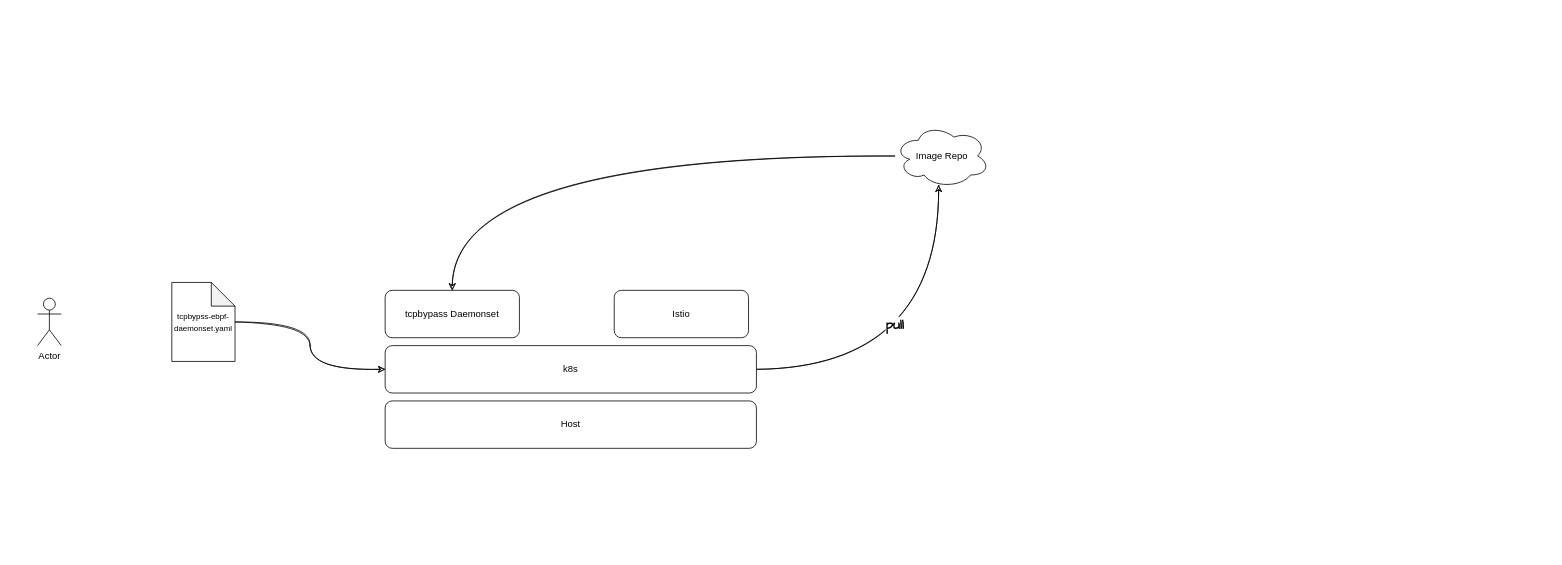
This is workflow_of_tcpbypass_daemonset.drawio from xu1zhou/Documents, a draw.io file, before an edit. Source tidied: cells renumbered, new cells numbered last; positions are measured from the earlier drawing's top-left corner, leaving out a move shared by most shapes. Both pictures are drawn from the tidied source at 79%, with x=0, y=0 at pixel (37, 124).
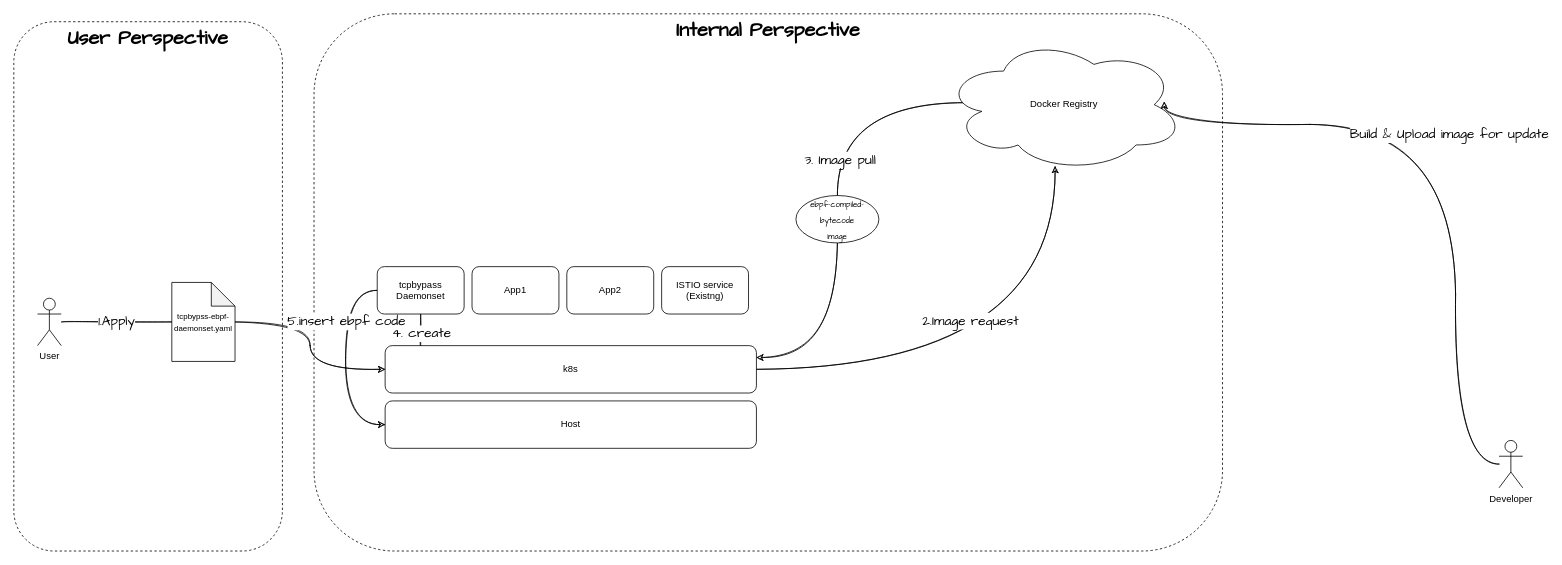
Above is the later version.

The change refers to these unchanged cells:
```xml
<mxCell id="4" value="&lt;font style=&quot;font-size: 10px&quot;&gt;tcpbypss-ebpf-daemonset.yaml&lt;/font&gt;" style="shape=note;whiteSpace=wrap;html=1;backgroundOutline=1;darkOpacity=0.05;" parent="1" vertex="1">
  <mxGeometry x="170" y="200" width="80" height="100" as="geometry" />
</mxCell>
<mxCell id="5" style="edgeStyle=orthogonalEdgeStyle;rounded=0;jettySize=auto;html=1;entryX=0.464;entryY=0.958;entryDx=0;entryDy=0;entryPerimeter=0;curved=1;sketch=1;" parent="1" edge="1" source="7" target="12">
  <mxGeometry relative="1" as="geometry" />
</mxCell>
<mxCell id="7" value="k8s" style="rounded=1;whiteSpace=wrap;html=1;" parent="1" vertex="1">
  <mxGeometry x="440" y="280" width="470" height="60" as="geometry" />
</mxCell>
<mxCell id="9" value="Host" style="rounded=1;whiteSpace=wrap;html=1;" parent="1" vertex="1">
  <mxGeometry x="440" y="350" width="470" height="60" as="geometry" />
</mxCell>
```

Change to the diagram source:
```diff
@@
+    <mxCell id="13" value="&lt;b&gt;&lt;font style=&quot;font-size: 25px&quot;&gt;Internal Perspective&lt;/font&gt;&lt;/b&gt;" style="rounded=1;whiteSpace=wrap;html=1;fontFamily=Comic Sans MS;fontSize=17;align=center;glass=0;shadow=0;sketch=0;dashed=1;verticalAlign=top;" parent="1" vertex="1">
+      <mxGeometry x="350" y="-140" width="1150" height="680" as="geometry" />
+    </mxCell>
+    <mxCell id="14" value="&lt;b&gt;&lt;font style=&quot;font-size: 25px&quot;&gt;User Perspective&lt;/font&gt;&lt;/b&gt;" style="rounded=1;whiteSpace=wrap;html=1;fontFamily=Comic Sans MS;fontSize=17;align=center;glass=0;shadow=0;sketch=0;dashed=1;verticalAlign=top;" parent="1" vertex="1">
+      <mxGeometry x="-30" y="-130" width="340" height="670" as="geometry" />
+    </mxCell>
+    <mxCell id="15" value="1.Apply" style="edgeStyle=orthogonalEdgeStyle;curved=1;rounded=0;sketch=1;jettySize=auto;html=1;entryX=0;entryY=0.5;entryDx=0;entryDy=0;entryPerimeter=0;fontFamily=Comic Sans MS;fontSize=17;endArrow=none;endFill=0;" parent="1" edge="1" source="2" target="4">
+      <mxGeometry relative="1" as="geometry" />
+    </mxCell>
-    <mxCell id="2" value="Actor" style="shape=umlActor;verticalLabelPosition=bottom;verticalAlign=top;html=1;outlineConnect=0;" parent="1" vertex="1">
+    <mxCell id="2" value="User" style="shape=umlActor;verticalLabelPosition=bottom;verticalAlign=top;html=1;outlineConnect=0;" parent="1" vertex="1">
       <mxGeometry y="220" width="30" height="60" as="geometry" />
     </mxCell>
@@
-    <mxCell id="6" value="pull" style="edgeLabel;html=1;align=center;verticalAlign=middle;fontSize=17;fontStyle=1;fontFamily=Comic Sans MS;" parent="5" vertex="1">
-      <mxGeometry x="-0.25" y="57" relative="1" as="geometry" />
-    </mxCell>
+    <mxCell id="16" value="2.Image request" style="edgeLabel;html=1;align=center;verticalAlign=middle;fontSize=17;fontFamily=Comic Sans MS;" parent="5" vertex="1">
+      <mxGeometry x="0.24" y="55" relative="1" as="geometry">
+        <mxPoint x="-53" y="-46" as="offset" />
+      </mxGeometry>
+    </mxCell>
+    <mxCell id="17" value="4. create" style="edgeStyle=orthogonalEdgeStyle;curved=1;rounded=0;sketch=1;jettySize=auto;html=1;fontFamily=Comic Sans MS;fontSize=17;endArrow=none;endFill=0;" parent="1" edge="1" target="10">
+      <mxGeometry relative="1" as="geometry">
+        <mxPoint x="485" y="290" as="sourcePoint" />
+      </mxGeometry>
+    </mxCell>
@@
-    <mxCell id="8" value="Istio" style="rounded=1;whiteSpace=wrap;html=1;" parent="1" vertex="1">
-      <mxGeometry x="730" y="210" width="170" height="60" as="geometry" />
-    </mxCell>
@@
+    <mxCell id="18" style="edgeStyle=orthogonalEdgeStyle;curved=1;rounded=0;sketch=1;jettySize=auto;html=1;entryX=0;entryY=0.5;entryDx=0;entryDy=0;fontFamily=Comic Sans MS;fontSize=17;endArrow=classic;endFill=1;exitX=0;exitY=0.5;exitDx=0;exitDy=0;" parent="1" edge="1" source="10" target="9">
+      <mxGeometry relative="1" as="geometry">
+        <Array as="points">
+          <mxPoint x="390" y="210" />
+          <mxPoint x="390" y="380" />
+        </Array>
+      </mxGeometry>
+    </mxCell>
+    <mxCell id="19" value="5.insert ebpf code" style="edgeLabel;html=1;align=center;verticalAlign=middle;fontSize=17;fontFamily=Comic Sans MS;" parent="18" vertex="1">
+      <mxGeometry x="-0.29" y="-2" relative="1" as="geometry">
+        <mxPoint x="2" y="-13" as="offset" />
+      </mxGeometry>
+    </mxCell>
     <mxCell id="10" value="tcpbypass Daemonset" style="rounded=1;whiteSpace=wrap;html=1;" parent="1" vertex="1">
-      <mxGeometry x="440" y="210" width="170" height="60" as="geometry" />
+      <mxGeometry x="430" y="180" width="110" height="60" as="geometry" />
     </mxCell>
-    <mxCell id="11" style="edgeStyle=orthogonalEdgeStyle;curved=1;rounded=0;sketch=1;jettySize=auto;html=1;entryX=0.5;entryY=0;entryDx=0;entryDy=0;" parent="1" edge="1" source="12" target="10">
-      <mxGeometry relative="1" as="geometry" />
-    </mxCell>
+    <mxCell id="20" style="edgeStyle=orthogonalEdgeStyle;curved=1;rounded=0;sketch=1;jettySize=auto;html=1;entryX=1;entryY=0.25;entryDx=0;entryDy=0;fontFamily=Comic Sans MS;fontSize=17;exitX=0.5;exitY=1;exitDx=0;exitDy=0;startArrow=none;" parent="1" edge="1" source="23" target="7">
+      <mxGeometry relative="1" as="geometry" />
+    </mxCell>
+    <mxCell id="21" style="edgeStyle=orthogonalEdgeStyle;curved=1;rounded=0;sketch=1;jettySize=auto;html=1;entryX=0.5;entryY=0;entryDx=0;entryDy=0;fontFamily=Comic Sans MS;fontSize=17;endArrow=none;endFill=0;exitX=0.09;exitY=0.485;exitDx=0;exitDy=0;exitPerimeter=0;" parent="1" edge="1" source="12" target="23">
+      <mxGeometry relative="1" as="geometry" />
+    </mxCell>
+    <mxCell id="22" value="3. Image pull" style="edgeLabel;html=1;align=center;verticalAlign=middle;fontSize=17;fontFamily=Comic Sans MS;" parent="21" vertex="1">
+      <mxGeometry x="0.68" y="3" relative="1" as="geometry" />
+    </mxCell>
-    <mxCell id="12" value="Image Repo" style="ellipse;shape=cloud;whiteSpace=wrap;html=1;" parent="1" vertex="1">
-      <mxGeometry x="1085" width="120" height="80" as="geometry" />
+    <mxCell id="12" value="Docker Registry" style="ellipse;shape=cloud;whiteSpace=wrap;html=1;align=center;verticalAlign=middle;" parent="1" vertex="1">
+      <mxGeometry x="1146.6" y="-110" width="305" height="170" as="geometry" />
     </mxCell>
+    <mxCell id="23" value="&lt;font style=&quot;font-size: 10px&quot;&gt;ebpf-compiled-bytecode&lt;br&gt;image&lt;/font&gt;" style="ellipse;whiteSpace=wrap;html=1;fontFamily=Comic Sans MS;fontSize=17;align=center;" parent="1" vertex="1">
+      <mxGeometry x="960" y="90" width="105" height="60" as="geometry" />
+    </mxCell>
+    <mxCell id="24" value="App1" style="rounded=1;whiteSpace=wrap;html=1;" parent="1" vertex="1">
+      <mxGeometry x="550" y="180" width="110" height="60" as="geometry" />
+    </mxCell>
+    <mxCell id="25" value="App2" style="rounded=1;whiteSpace=wrap;html=1;" parent="1" vertex="1">
+      <mxGeometry x="670" y="180" width="110" height="60" as="geometry" />
+    </mxCell>
+    <mxCell id="26" value="ISTIO service&lt;br&gt;(Existng)" style="rounded=1;whiteSpace=wrap;html=1;" parent="1" vertex="1">
+      <mxGeometry x="790" y="180" width="110" height="60" as="geometry" />
+    </mxCell>
+    <mxCell id="27" style="edgeStyle=orthogonalEdgeStyle;curved=1;rounded=0;sketch=1;jettySize=auto;html=1;entryX=0.917;entryY=0.479;entryDx=0;entryDy=0;entryPerimeter=0;fontFamily=Comic Sans MS;fontSize=17;endArrow=classic;endFill=1;" parent="1" edge="1" source="29" target="12">
+      <mxGeometry relative="1" as="geometry">
+        <Array as="points">
+          <mxPoint x="1795" />
+          <mxPoint x="1426" />
+        </Array>
+      </mxGeometry>
+    </mxCell>
+    <mxCell id="28" value="Build &amp;amp; Upload image for update" style="edgeLabel;html=1;align=center;verticalAlign=middle;fontSize=17;fontFamily=Comic Sans MS;" parent="27" vertex="1">
+      <mxGeometry x="0.12" y="12" relative="1" as="geometry" />
+    </mxCell>
+    <mxCell id="29" value="Developer" style="shape=umlActor;verticalLabelPosition=bottom;verticalAlign=top;html=1;outlineConnect=0;" parent="1" vertex="1">
+      <mxGeometry x="1850" y="400" width="30" height="60" as="geometry" />
+    </mxCell>
```
